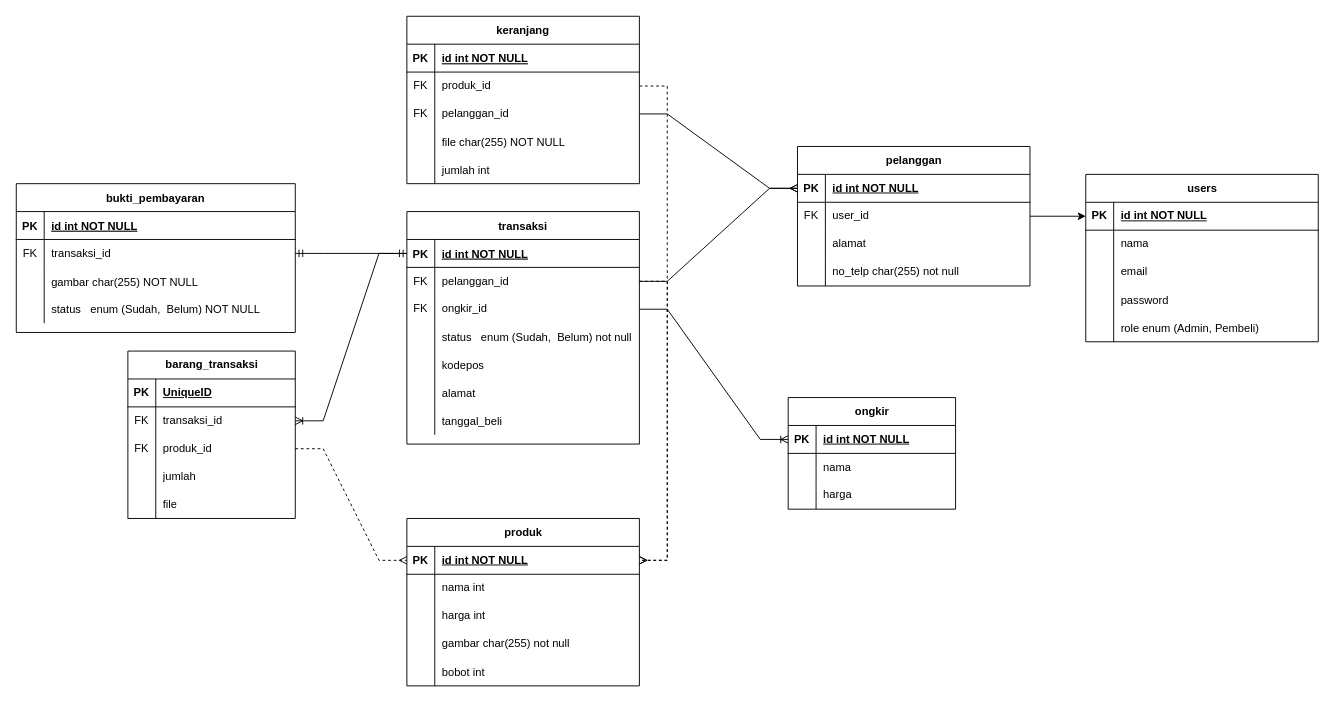
Earlier version of the draw.io diagram docs/erd.drawio (claudiaintan/claudia). Source tidied: cells renumbered, new cells numbered last; positions are measured from the earlier drawing's top-left corner, leaving out a move shared by most shapes. Both pictures are drawn from the tidied source at 93%, with x=0, y=0 at pixel (16, 16).
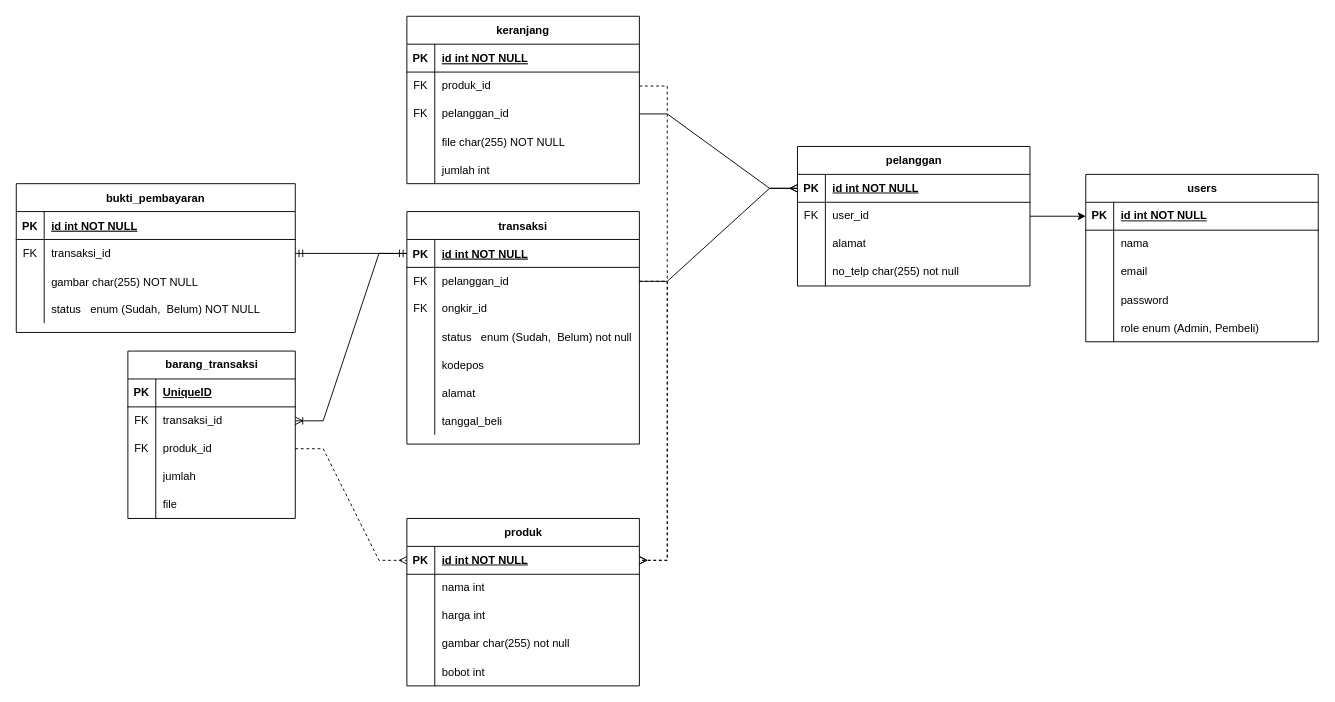
After the change.

The change refers to these unchanged cells:
```xml
<mxCell id="22" style="shape=tableRow;horizontal=0;startSize=0;swimlaneHead=0;swimlaneBody=0;fillColor=none;points=[[0,0.5],[1,0.5]];portConstraint=eastwest;top=0;left=0;right=0;bottom=0;" parent="15" vertex="1">
  <mxGeometry y="90" width="250" height="30" as="geometry" />
</mxCell>
```

Diff of the diagram source:
```diff
@@
-    <mxCell id="88" value="ongkir" style="shape=table;startSize=30;childLayout=tableLayout;rowLines=0;fontStyle=1;align=center;html=1;" parent="1" vertex="1">
-      <mxGeometry x="830" y="410" width="180" height="120" as="geometry" />
-    </mxCell>
-    <mxCell id="89" style="shape=tableRow;horizontal=0;startSize=0;swimlaneHead=0;swimlaneBody=0;fillColor=none;points=[[0,0.5],[1,0.5]];portConstraint=eastwest;top=0;left=0;right=0;bottom=1;" parent="88" vertex="1">
-      <mxGeometry y="30" width="180" height="30" as="geometry" />
-    </mxCell>
-    <mxCell id="90" value="PK" style="shape=partialRectangle;fillColor=none;top=0;left=0;bottom=0;right=0;fontStyle=1;overflow=hidden;whiteSpace=wrap;html=1;" parent="89" vertex="1">
-      <mxGeometry width="30" height="30" as="geometry" />
-    </mxCell>
-    <mxCell id="91" value="id int NOT NULL" style="shape=partialRectangle;fillColor=none;top=0;left=0;bottom=0;right=0;align=left;spacingLeft=6;fontStyle=5;overflow=hidden;whiteSpace=wrap;html=1;" parent="89" vertex="1">
-      <mxGeometry x="30" width="150" height="30" as="geometry" />
-    </mxCell>
-    <mxCell id="92" style="shape=tableRow;horizontal=0;startSize=0;swimlaneHead=0;swimlaneBody=0;fillColor=none;top=0;left=0;right=0;bottom=0;" parent="88" vertex="1">
-      <mxGeometry y="60" width="180" height="30" as="geometry" />
-    </mxCell>
-    <mxCell id="93" style="shape=partialRectangle;fillColor=none;top=0;left=0;bottom=0;right=0;overflow=hidden;whiteSpace=wrap;html=1;" parent="92" vertex="1">
-      <mxGeometry width="30" height="30" as="geometry" />
-    </mxCell>
-    <mxCell id="94" value="nama" style="shape=partialRectangle;fillColor=none;top=0;left=0;bottom=0;right=0;align=left;spacingLeft=6;overflow=hidden;whiteSpace=wrap;html=1;" parent="92" vertex="1">
-      <mxGeometry x="30" width="150" height="30" as="geometry" />
-    </mxCell>
-    <mxCell id="95" style="shape=tableRow;horizontal=0;startSize=0;swimlaneHead=0;swimlaneBody=0;fillColor=none;top=0;left=0;right=0;bottom=0;" parent="88" vertex="1">
-      <mxGeometry y="90" width="180" height="30" as="geometry" />
-    </mxCell>
-    <mxCell id="96" style="shape=partialRectangle;fillColor=none;top=0;left=0;bottom=0;right=0;overflow=hidden;whiteSpace=wrap;html=1;" parent="95" vertex="1">
-      <mxGeometry width="30" height="30" as="geometry" />
-    </mxCell>
-    <mxCell id="97" value="harga" style="shape=partialRectangle;fillColor=none;top=0;left=0;bottom=0;right=0;align=left;spacingLeft=6;overflow=hidden;whiteSpace=wrap;html=1;" parent="95" vertex="1">
-      <mxGeometry x="30" width="150" height="30" as="geometry" />
-    </mxCell>
-    <mxCell id="98" style="edgeStyle=entityRelationEdgeStyle;fontSize=12;html=1;endArrow=ERoneToMany;rounded=0;entryX=0;entryY=0.5;entryDx=0;entryDy=0;exitX=1;exitY=0.5;exitDx=0;exitDy=0;" parent="1" edge="1" source="22" target="89">
-      <mxGeometry relative="1" as="geometry" />
-    </mxCell>
```
